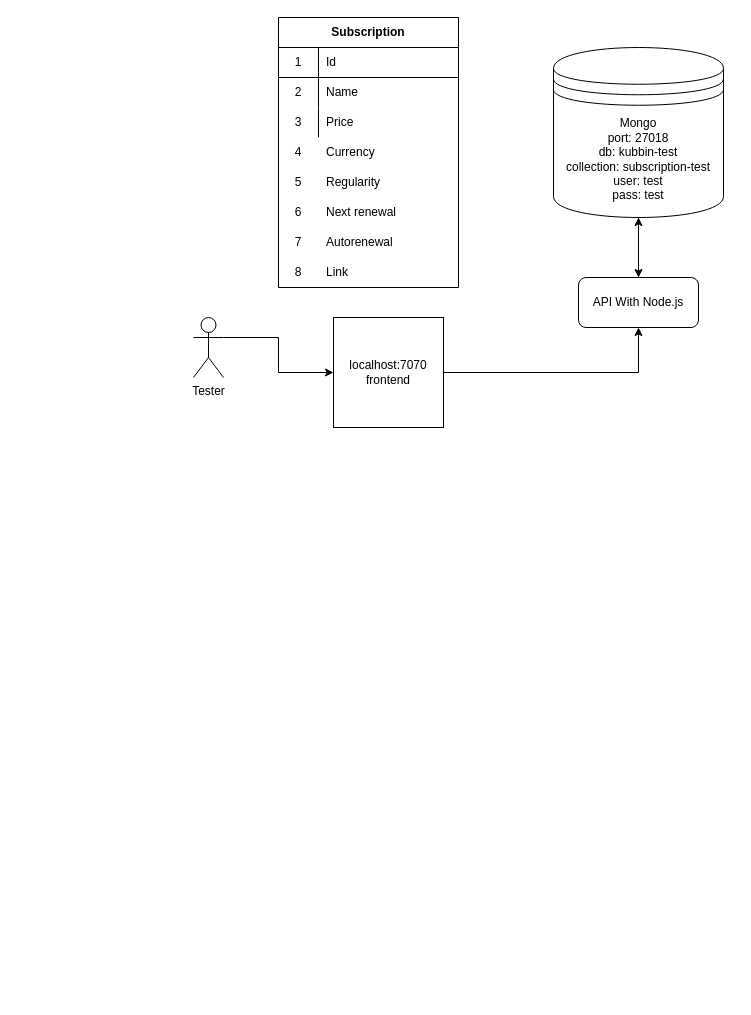
plpetkov-tech/kubb.in keeps this draw.io diagram as page "Test" (2 of 2) of kubb.in-backend/goals.drawio. Above is the earlier version. Source tidied: cells renumbered, new cells numbered last; positions are measured from the earlier drawing's top-left corner, leaving out a move shared by most shapes. Both pictures are drawn from the tidied source at 100%, with x=0, y=0 at pixel (193, 17).
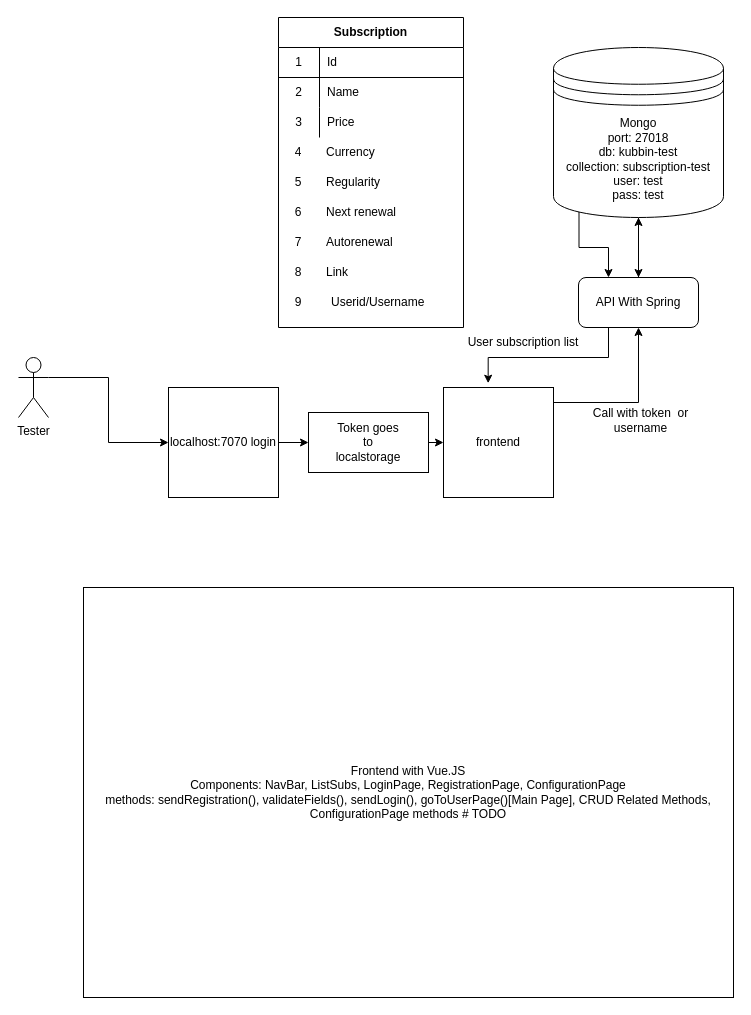
After the change.

Unchanged cells that the change refers to:
```xml
<mxCell id="23" value="Mongo&lt;br&gt;port: 27018&lt;br&gt;db: kubbin-test&lt;br&gt;collection: subscription-test&lt;br&gt;user: test&lt;br&gt;pass: test" style="shape=datastore;whiteSpace=wrap;html=1;" parent="1" vertex="1">
  <mxGeometry x="360" y="30" width="170" height="170" as="geometry" />
</mxCell>
```

Change to the diagram source:
```diff
@@
     <mxCell id="2" value="Subscription" style="shape=table;html=1;whiteSpace=wrap;startSize=30;childLayout=tableLayout;rowLines=0;fontStyle=1;align=center;" parent="1" vertex="1">
-      <mxGeometry x="85" width="180" height="270" as="geometry" />
+      <mxGeometry x="85" width="185" height="310" as="geometry" />
     </mxCell>
     <mxCell id="3" style="shape=partialRectangle;html=1;whiteSpace=wrap;fillColor=none;top=0;left=0;bottom=1;right=0;" parent="2" vertex="1">
-      <mxGeometry y="30" width="180" height="30" as="geometry" />
+      <mxGeometry y="30" width="185" height="30" as="geometry" />
     </mxCell>
     <mxCell id="4" value="1" style="shape=partialRectangle;html=1;whiteSpace=wrap;fillColor=none;top=0;left=0;bottom=0;right=0;overflow=hidden;" parent="3" vertex="1">
-      <mxGeometry width="40" height="30" as="geometry" />
+      <mxGeometry width="41" height="30" as="geometry" />
     </mxCell>
     <mxCell id="5" value="Id" style="shape=partialRectangle;html=1;whiteSpace=wrap;fillColor=none;top=0;left=0;bottom=0;right=0;align=left;spacingLeft=6;overflow=hidden;" parent="3" vertex="1">
-      <mxGeometry x="40" width="140" height="30" as="geometry" />
+      <mxGeometry x="41" width="144" height="30" as="geometry" />
     </mxCell>
     <mxCell id="6" style="shape=partialRectangle;html=1;whiteSpace=wrap;fillColor=none;top=0;left=0;bottom=0;right=0;" parent="2" vertex="1">
-      <mxGeometry y="60" width="180" height="30" as="geometry" />
+      <mxGeometry y="60" width="185" height="30" as="geometry" />
     </mxCell>
     <mxCell id="7" value="2" style="shape=partialRectangle;html=1;whiteSpace=wrap;fillColor=none;top=0;left=0;bottom=0;right=0;overflow=hidden;" parent="6" vertex="1">
-      <mxGeometry width="40" height="30" as="geometry" />
+      <mxGeometry width="41" height="30" as="geometry" />
     </mxCell>
     <mxCell id="8" value="Name" style="shape=partialRectangle;html=1;whiteSpace=wrap;fillColor=none;top=0;left=0;bottom=0;right=0;align=left;spacingLeft=6;overflow=hidden;" parent="6" vertex="1">
-      <mxGeometry x="40" width="140" height="30" as="geometry" />
+      <mxGeometry x="41" width="144" height="30" as="geometry" />
     </mxCell>
     <mxCell id="9" style="shape=partialRectangle;html=1;whiteSpace=wrap;fillColor=none;top=0;left=0;bottom=0;right=0;" parent="2" vertex="1">
-      <mxGeometry y="90" width="180" height="30" as="geometry" />
+      <mxGeometry y="90" width="185" height="30" as="geometry" />
     </mxCell>
     <mxCell id="10" value="3" style="shape=partialRectangle;html=1;whiteSpace=wrap;fillColor=none;top=0;left=0;bottom=0;right=0;overflow=hidden;" parent="9" vertex="1">
-      <mxGeometry width="40" height="30" as="geometry" />
+      <mxGeometry width="41" height="30" as="geometry" />
     </mxCell>
     <mxCell id="11" value="Price" style="shape=partialRectangle;html=1;whiteSpace=wrap;fillColor=none;top=0;left=0;bottom=0;right=0;align=left;spacingLeft=6;overflow=hidden;" parent="9" vertex="1">
-      <mxGeometry x="40" width="140" height="30" as="geometry" />
+      <mxGeometry x="41" width="144" height="30" as="geometry" />
     </mxCell>
@@
+    <mxCell id="30" style="edgeStyle=orthogonalEdgeStyle;rounded=0;jettySize=auto;html=1;exitX=0.15;exitY=0.95;exitDx=0;exitDy=0;exitPerimeter=0;entryX=0.25;entryY=0;entryDx=0;entryDy=0;" parent="1" edge="1" source="23" target="25">
+      <mxGeometry relative="1" as="geometry" />
+    </mxCell>
@@
+    <mxCell id="31" style="edgeStyle=orthogonalEdgeStyle;rounded=0;jettySize=auto;html=1;exitX=0.25;exitY=1;exitDx=0;exitDy=0;entryX=0.406;entryY=-0.039;entryDx=0;entryDy=0;entryPerimeter=0;" parent="1" edge="1" source="25" target="33">
+      <mxGeometry relative="1" as="geometry" />
+    </mxCell>
-    <mxCell id="25" value="API With Node.js" style="rounded=1;whiteSpace=wrap;html=1;" parent="1" vertex="1">
+    <mxCell id="25" value="API With Spring" style="rounded=1;whiteSpace=wrap;html=1;" parent="1" vertex="1">
       <mxGeometry x="385" y="260" width="120" height="50" as="geometry" />
     </mxCell>
@@
     <mxCell id="27" value="Tester" style="shape=umlActor;verticalLabelPosition=bottom;verticalAlign=top;html=1;outlineConnect=0;" parent="1" vertex="1">
-      <mxGeometry y="300" width="30" height="60" as="geometry" />
+      <mxGeometry x="-175" y="340" width="30" height="60" as="geometry" />
     </mxCell>
-    <mxCell id="28" style="edgeStyle=orthogonalEdgeStyle;rounded=0;jettySize=auto;html=1;entryX=0.5;entryY=1;entryDx=0;entryDy=0;" parent="1" edge="1" source="29" target="25">
-      <mxGeometry relative="1" as="geometry" />
+    <mxCell id="28" style="edgeStyle=orthogonalEdgeStyle;rounded=0;jettySize=auto;html=1;entryX=0.5;entryY=1;entryDx=0;entryDy=0;" parent="1" edge="1" source="33" target="25">
+      <mxGeometry relative="1" as="geometry">
+        <Array as="points">
+          <mxPoint x="445" y="385" />
+        </Array>
+      </mxGeometry>
     </mxCell>
+    <mxCell id="32" style="edgeStyle=orthogonalEdgeStyle;rounded=0;jettySize=auto;html=1;exitX=1;exitY=0.5;exitDx=0;exitDy=0;" parent="1" edge="1" source="29" target="35">
+      <mxGeometry relative="1" as="geometry" />
+    </mxCell>
-    <mxCell id="29" value="localhost:7070 frontend" style="whiteSpace=wrap;html=1;" parent="1" vertex="1">
-      <mxGeometry x="140" y="300" width="110" height="110" as="geometry" />
+    <mxCell id="29" value="localhost:7070 login" style="whiteSpace=wrap;html=1;" parent="1" vertex="1">
+      <mxGeometry x="-25" y="370" width="110" height="110" as="geometry" />
     </mxCell>
+    <mxCell id="33" value="frontend" style="whiteSpace=wrap;html=1;" parent="1" vertex="1">
+      <mxGeometry x="250" y="370" width="110" height="110" as="geometry" />
+    </mxCell>
+    <mxCell id="34" style="edgeStyle=orthogonalEdgeStyle;rounded=0;jettySize=auto;html=1;exitX=1;exitY=0.5;exitDx=0;exitDy=0;entryX=0;entryY=0.5;entryDx=0;entryDy=0;" parent="1" edge="1" source="35" target="33">
+      <mxGeometry relative="1" as="geometry" />
+    </mxCell>
+    <mxCell id="35" style="rounded=0;whiteSpace=wrap;html=1;" parent="1" vertex="1">
+      <mxGeometry x="115" y="395" width="120" height="60" as="geometry" />
+    </mxCell>
+    <mxCell id="36" value="Token goes to localstorage" style="text;html=1;strokeColor=none;fillColor=none;align=center;verticalAlign=middle;whiteSpace=wrap;rounded=0;" parent="1" vertex="1">
+      <mxGeometry x="155" y="415" width="40" height="20" as="geometry" />
+    </mxCell>
+    <mxCell id="37" value="Call with token&amp;nbsp; or username" style="text;html=1;strokeColor=none;fillColor=none;align=center;verticalAlign=middle;whiteSpace=wrap;rounded=0;" parent="1" vertex="1">
+      <mxGeometry x="385" y="390" width="125" height="25" as="geometry" />
+    </mxCell>
+    <mxCell id="38" value="User subscription list" style="text;html=1;strokeColor=none;fillColor=none;align=center;verticalAlign=middle;whiteSpace=wrap;rounded=0;" parent="1" vertex="1">
+      <mxGeometry x="270" y="310" width="120" height="30" as="geometry" />
+    </mxCell>
+    <mxCell id="39" value="9" style="shape=partialRectangle;html=1;whiteSpace=wrap;fillColor=none;top=0;left=0;bottom=0;right=0;overflow=hidden;" parent="1" vertex="1">
+      <mxGeometry x="85" y="270" width="40" height="30" as="geometry" />
+    </mxCell>
+    <mxCell id="40" value="Userid/Username" style="shape=partialRectangle;html=1;whiteSpace=wrap;fillColor=none;top=0;left=0;bottom=0;right=0;align=left;spacingLeft=6;overflow=hidden;" parent="1" vertex="1">
+      <mxGeometry x="130" y="270" width="135" height="30" as="geometry" />
+    </mxCell>
+    <mxCell id="41" value="Frontend with Vue.JS&lt;br&gt;Components: NavBar, ListSubs, LoginPage, RegistrationPage, ConfigurationPage&lt;br&gt;methods: sendRegistration(), validateFields(), sendLogin(), goToUserPage()[Main Page], CRUD Related Methods, ConfigurationPage methods # TODO" style="rounded=0;whiteSpace=wrap;html=1;" parent="1" vertex="1">
+      <mxGeometry x="-110" y="570" width="650" height="410" as="geometry" />
+    </mxCell>
```
